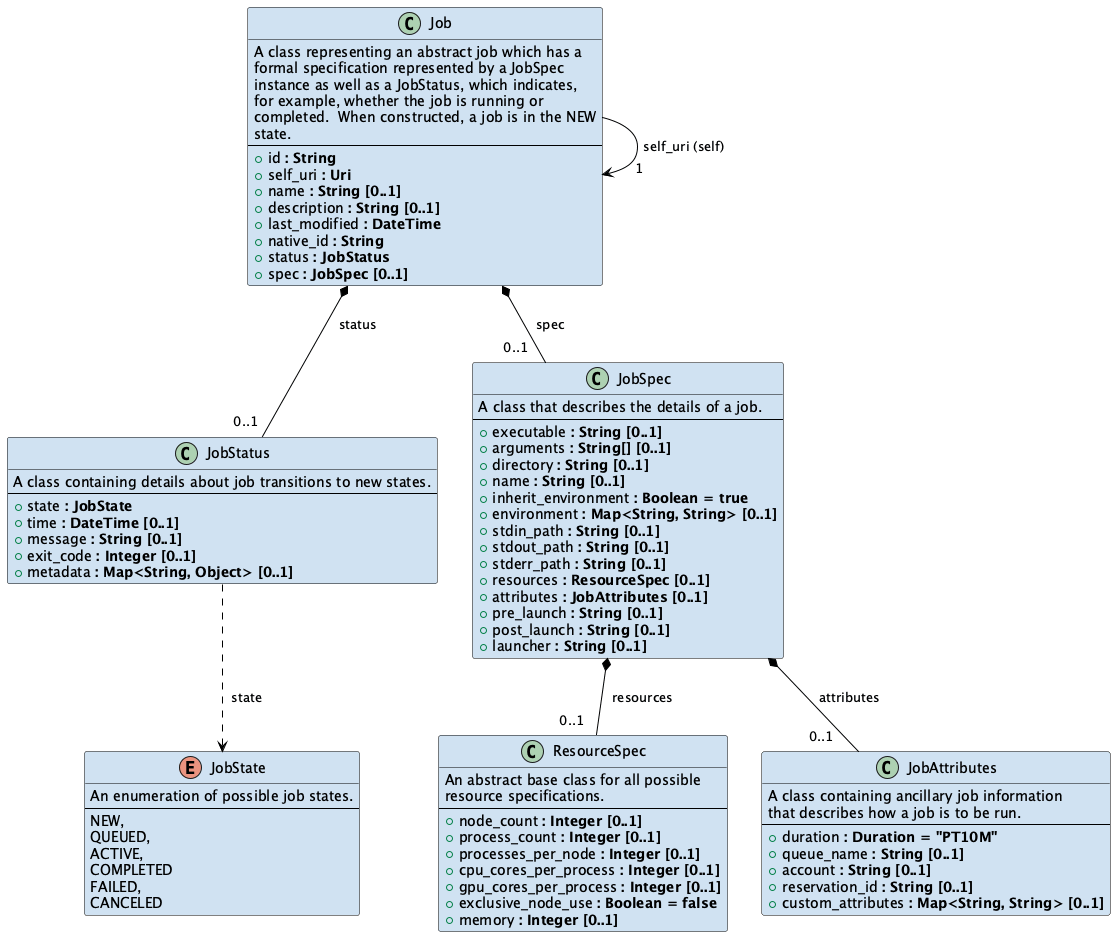
Before: specification/images/job-model.png, a diagram exported from PlantUML (doe-iri/iri-facility-api-docs). Its diagram source:
```plantuml
@startuml

skinparam class {
    BackgroundColor D0E2F2
    ArrowColor Black
    BorderColor Black
}

class Job {
  A class representing an abstract job which has a
  formal specification represented by a JobSpec
  instance as well as a JobStatus, which indicates,
  for example, whether the job is running or
  completed.  When constructed, a job is in the NEW
  state.
---
  + id <b>: String</b>
  + self_uri <b>: Uri</b>
  + name <b>: String [0..1]</b>
  + description <b>: String [0..1]</b>
  + last_modified <b>: DateTime</b>
  + native_id <b>: String</b>
  + status <b>: JobStatus</b>
  + spec <b>: JobSpec [0..1]</b>
}

Job --> "      1" Job : self_uri (self)

class JobStatus {
  A class containing details about job transitions to new states.
---
  + state <b>: JobState</b>
  + time <b>: DateTime [0..1]</b>
  + message <b>: String [0..1]</b>
  + exit_code <b>: Integer [0..1]</b>
  + metadata <b>: Map<String, Object> [0..1]</b>
}

Job *-- "0..1  " JobStatus : "  status"

enum JobState {
   An enumeration of possible job states.
---
    NEW,
    QUEUED,
    ACTIVE,
    COMPLETED
    FAILED,
    CANCELED
}

JobStatus ..> JobState : "  state"

class JobSpec {
  A class that describes the details of a job.
---
  + executable <b>: String [0..1]</b>
  + arguments <b>: String[] [0..1]</b>
  + directory <b>: String [0..1]</b>
  + name <b>: String [0..1]</b>
  + inherit_environment <b>: Boolean = true</b>
  + environment <b>: Map<String, String> [0..1]</b>
  + stdin_path <b>: String [0..1]</b>
  + stdout_path <b>: String [0..1]</b>
  + stderr_path <b>: String [0..1]</b>
  + resources <b>: ResourceSpec [0..1]</b>
  + attributes <b>: JobAttributes [0..1]</b>
  + pre_launch <b>: String [0..1]</b>
  + post_launch <b>: String [0..1]</b>
  + launcher <b>: String [0..1]</b>
}

Job *-- "0..1   " JobSpec : "  spec"

class ResourceSpec {
  An abstract base class for all possible
  resource specifications.
---
  + node_count <b>: Integer [0..1]</b>
  + process_count <b>: Integer [0..1]</b>
  + processes_per_node <b>: Integer [0..1]</b>
  + cpu_cores_per_process <b>: Integer [0..1]</b>
  + gpu_cores_per_process <b>: Integer [0..1]</b>
  + exclusive_node_use <b>: Boolean = false</b>
  + memory <b>: Integer [0..1]</b>
}

JobSpec *-- "0..1   " ResourceSpec : "  resources"

class JobAttributes {
  A class containing ancillary job information
  that describes how a job is to be run.
---
  + duration <b>: Duration = "PT10M"</b>
  + queue_name <b>: String [0..1]</b>
  + account <b>: String [0..1]</b>
  + reservation_id <b>: String [0..1]</b>
  + custom_attributes <b>: Map<String, String> [0..1]</b>
}

JobSpec *-- "0..1    " JobAttributes : "  attributes"

@enduml
```
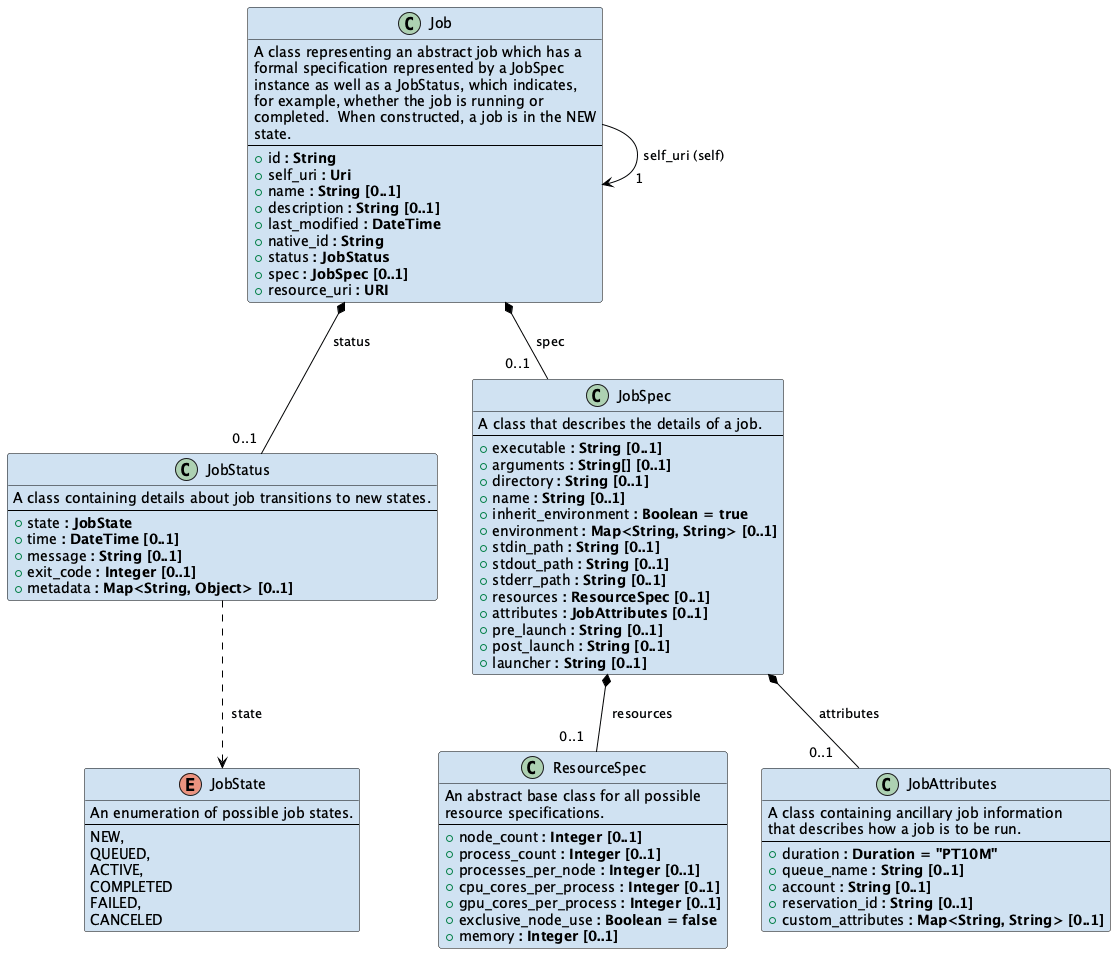
Above is the later version.

The edit, as a diff of the source:
```diff
@@ -22,6 +22,7 @@
   + native_id <b>: String</b>
   + status <b>: JobStatus</b>
   + spec <b>: JobSpec [0..1]</b>
+  + resource_uri <b>: URI</b>
 }
 
 Job --> "      1" Job : self_uri (self)
```
